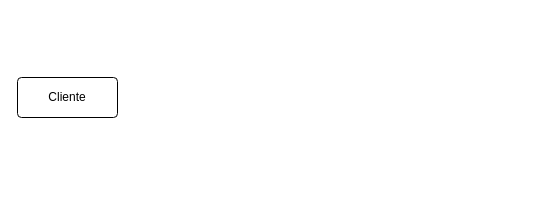
ivazquez-07/database-modeller-excersises keeps this draw.io diagram as ClubDelLibro.drawio. Above is the earlier version. Source tidied: cells renumbered, new cells numbered last; positions are measured from the earlier drawing's top-left corner, leaving out a move shared by most shapes. Both pictures are drawn from the tidied source at 100%, with x=0, y=0 at pixel (17, 77).
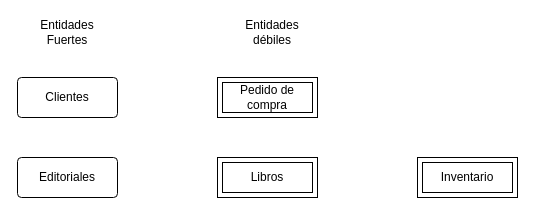
The same diagram, later.

The edit, as a diff of the source:
```diff
@@
 <mxGraphModel>
   <root>
     <mxCell id="0" />
     <mxCell id="1" parent="0" />
-    <mxCell id="2" value="Cliente" style="rounded=1;arcSize=10;whiteSpace=wrap;html=1;align=center;" parent="1" vertex="1">
+    <mxCell id="2" value="Clientes" style="rounded=1;arcSize=10;whiteSpace=wrap;html=1;align=center;" parent="1" vertex="1">
       <mxGeometry width="100" height="40" as="geometry" />
     </mxCell>
+    <mxCell id="3" value="Pedido de compra" style="shape=ext;margin=3;double=1;whiteSpace=wrap;html=1;align=center;" parent="1" vertex="1">
+      <mxGeometry x="200" width="100" height="40" as="geometry" />
+    </mxCell>
+    <mxCell id="4" value="Editoriales" style="rounded=1;arcSize=10;whiteSpace=wrap;html=1;align=center;" parent="1" vertex="1">
+      <mxGeometry y="80" width="100" height="40" as="geometry" />
+    </mxCell>
+    <mxCell id="5" value="Inventario" style="shape=ext;margin=3;double=1;whiteSpace=wrap;html=1;align=center;" parent="1" vertex="1">
+      <mxGeometry x="400" y="80" width="100" height="40" as="geometry" />
+    </mxCell>
+    <mxCell id="6" value="Entidades Fuerte&lt;span style=&quot;background-color: transparent; color: light-dark(rgb(0, 0, 0), rgb(255, 255, 255));&quot;&gt;s&lt;/span&gt;" style="text;html=1;align=center;verticalAlign=middle;whiteSpace=wrap;rounded=0;" parent="1" vertex="1">
+      <mxGeometry x="20" y="-60" width="60" height="30" as="geometry" />
+    </mxCell>
+    <mxCell id="7" value="Entidades débiles" style="text;html=1;align=center;verticalAlign=middle;whiteSpace=wrap;rounded=0;" parent="1" vertex="1">
+      <mxGeometry x="225" y="-60" width="60" height="30" as="geometry" />
+    </mxCell>
+    <mxCell id="8" value="Libros" style="shape=ext;margin=3;double=1;whiteSpace=wrap;html=1;align=center;" parent="1" vertex="1">
+      <mxGeometry x="200" y="80" width="100" height="40" as="geometry" />
+    </mxCell>
   </root>
 </mxGraphModel>
```
